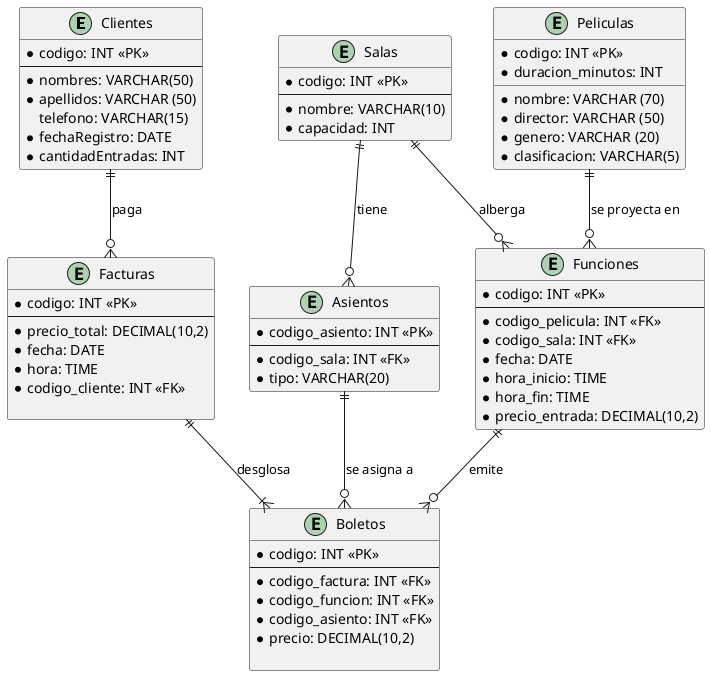
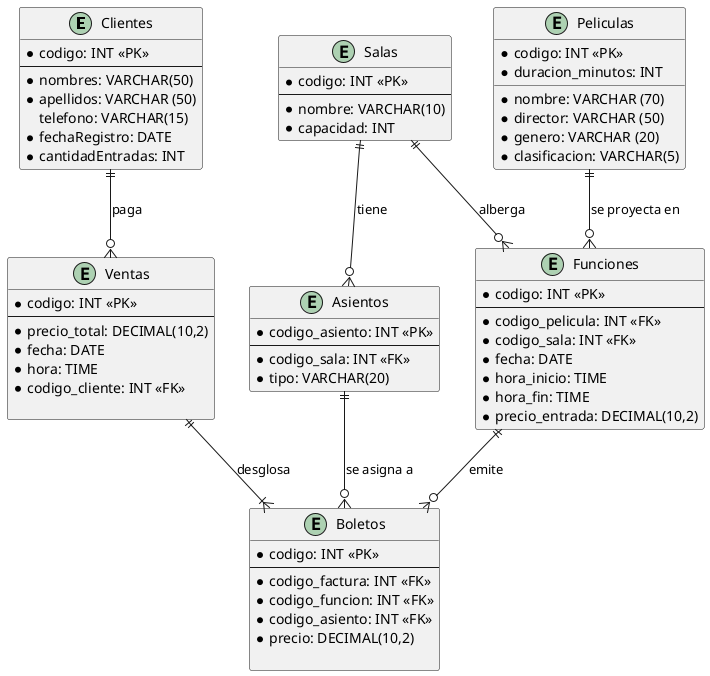
@startuml

entity "Clientes" as Clientes{
    * codigo: INT <<PK>>
    --
    * nombres: VARCHAR(50)
    * apellidos: VARCHAR (50)
    telefono: VARCHAR(15)
    * fechaRegistro: DATE
    * cantidadEntradas: INT
}

entity "Salas" as Salas{
    * codigo: INT <<PK>>
    --
    * nombre: VARCHAR(10)
    * capacidad: INT
}

entity "Peliculas" as Peliculas{
    * codigo: INT <<PK>>
    * nombre: VARCHAR (70)
    * director: VARCHAR (50)
    * genero: VARCHAR (20)
    * duracion_minutos: INT
    * clasificacion: VARCHAR(5)
}

entity "Funciones" as Funciones{
    * codigo: INT <<PK>>
    --
    * codigo_pelicula: INT <<FK>>
    * codigo_sala: INT <<FK>>
    * fecha: DATE
    * hora_inicio: TIME
    * hora_fin: TIME
    * precio_entrada: DECIMAL(10,2)
}

entity "Asientos" as Asientos{
    * codigo_asiento: INT <<PK>>
    --
    * codigo_sala: INT <<FK>>
    * tipo: VARCHAR(20)
}

entity "Boletos" as Boletos{
    * codigo: INT <<PK>>
    --
    * codigo_factura: INT <<FK>>
    * codigo_funcion: INT <<FK>>
    * codigo_asiento: INT <<FK>>
    * precio: DECIMAL(10,2)

}
- entity "Facturas" as Facturas{
+ entity "Ventas" as Ventas{
    * codigo: INT <<PK>>
    --
    * precio_total: DECIMAL(10,2)
    * fecha: DATE
    * hora: TIME
    * codigo_cliente: INT <<FK>>

}
' Una Sala tiene muchos Asientos
Salas ||--o{ Asientos : "tiene"

' Una Película tiene muchas Funciones
Peliculas ||--o{ Funciones : "se proyecta en"

' Una Sala tiene muchas Funciones
Salas ||--o{ Funciones : "alberga"

- ' Un Cliente tiene muchas Facturas
- Clientes ||--o{ Facturas : "paga"
+ ' Un Cliente tiene muchas Ventas
+ Clientes ||--o{ Ventas : "paga"

- ' Una Factura tiene muchos Boletos (Detalles)
- Facturas ||--|{ Boletos : "desglosa"
+ ' Una Venta tiene muchos Boletos (Detalles)
+ Ventas ||--|{ Boletos : "desglosa"

' Una Función tiene muchos Boletos vendidos
Funciones ||--o{ Boletos : "emite"

' Un Asiento puede estar en muchos Boletos (en diferentes funciones)
Asientos ||--o{ Boletos : "se asigna a"
@enduml